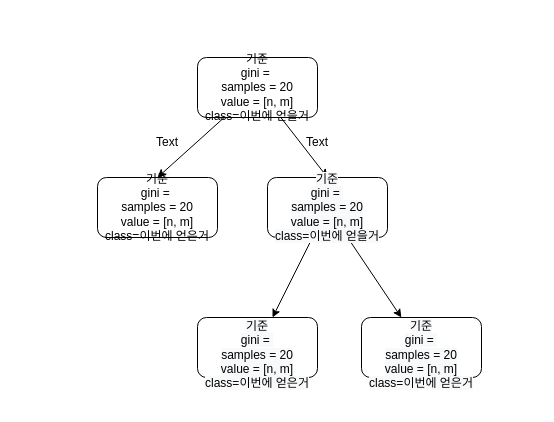
Earlier version of the draw.io diagram Untitled Diagram.drawio (tlfzgjadyd/MachineLearning). Source tidied: cells renumbered, new cells numbered last; positions are measured from the earlier drawing's top-left corner, leaving out a move shared by most shapes. Both pictures are drawn from the tidied source at 100%, with x=0, y=0 at pixel (97, 57).
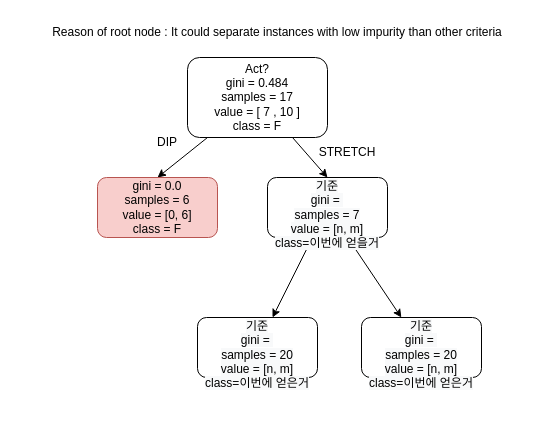
The same diagram, later.

The edit, as a diff of the source:
```diff
@@
 <mxGraphModel>
   <root>
     <mxCell id="0" />
     <mxCell id="1" parent="0" />
-    <mxCell id="2" value="기준&lt;br&gt;gini =&amp;nbsp;&lt;br&gt;samples = 20&lt;br&gt;value = [n, m]&lt;br&gt;class=이번에 얻을거&lt;br&gt;" style="rounded=1;whiteSpace=wrap;html=1;" parent="1" vertex="1">
-      <mxGeometry x="100" width="120" height="60" as="geometry" />
+    <mxCell id="2" value="Act?&lt;br&gt;gini = 0.484&lt;br&gt;samples = 17&lt;br&gt;value = [ 7 , 10 ]&lt;br&gt;class = F" style="rounded=1;whiteSpace=wrap;html=1;" parent="1" vertex="1">
+      <mxGeometry x="90" width="140" height="80" as="geometry" />
     </mxCell>
     <mxCell id="3" style="endArrow=classic;html=1;rounded=0;" parent="1" edge="1" source="9" target="7">
       <mxGeometry relative="1" as="geometry" />
     </mxCell>
     <mxCell id="4" style="endArrow=classic;html=1;rounded=0;" parent="1" edge="1" source="9" target="8">
       <mxGeometry relative="1" as="geometry" />
     </mxCell>
     <mxCell id="5" style="endArrow=classic;html=1;rounded=0;entryX=0.5;entryY=0;entryDx=0;entryDy=0;" parent="1" edge="1" source="2" target="9">
       <mxGeometry relative="1" as="geometry" />
     </mxCell>
     <mxCell id="6" style="endArrow=classic;html=1;rounded=0;entryX=0.5;entryY=0;entryDx=0;entryDy=0;" parent="1" edge="1" source="2" target="10">
       <mxGeometry relative="1" as="geometry" />
     </mxCell>
     <mxCell id="7" value="&lt;br&gt;&lt;br&gt;&lt;span style=&quot;color: rgb(0 , 0 , 0) ; font-family: &amp;#34;helvetica&amp;#34; ; font-size: 12px ; font-style: normal ; font-weight: 400 ; letter-spacing: normal ; text-align: center ; text-indent: 0px ; text-transform: none ; word-spacing: 0px ; background-color: rgb(248 , 249 , 250) ; display: inline ; float: none&quot;&gt;기준&lt;/span&gt;&lt;br style=&quot;color: rgb(0 , 0 , 0) ; font-family: &amp;#34;helvetica&amp;#34; ; font-size: 12px ; font-style: normal ; font-weight: 400 ; letter-spacing: normal ; text-align: center ; text-indent: 0px ; text-transform: none ; word-spacing: 0px ; background-color: rgb(248 , 249 , 250)&quot;&gt;&lt;span style=&quot;color: rgb(0 , 0 , 0) ; font-family: &amp;#34;helvetica&amp;#34; ; font-size: 12px ; font-style: normal ; font-weight: 400 ; letter-spacing: normal ; text-align: center ; text-indent: 0px ; text-transform: none ; word-spacing: 0px ; background-color: rgb(248 , 249 , 250) ; display: inline ; float: none&quot;&gt;gini =&amp;nbsp;&lt;/span&gt;&lt;br style=&quot;color: rgb(0 , 0 , 0) ; font-family: &amp;#34;helvetica&amp;#34; ; font-size: 12px ; font-style: normal ; font-weight: 400 ; letter-spacing: normal ; text-align: center ; text-indent: 0px ; text-transform: none ; word-spacing: 0px ; background-color: rgb(248 , 249 , 250)&quot;&gt;&lt;span style=&quot;color: rgb(0 , 0 , 0) ; font-family: &amp;#34;helvetica&amp;#34; ; font-size: 12px ; font-style: normal ; font-weight: 400 ; letter-spacing: normal ; text-align: center ; text-indent: 0px ; text-transform: none ; word-spacing: 0px ; background-color: rgb(248 , 249 , 250) ; display: inline ; float: none&quot;&gt;samples = 20&lt;/span&gt;&lt;br style=&quot;color: rgb(0 , 0 , 0) ; font-family: &amp;#34;helvetica&amp;#34; ; font-size: 12px ; font-style: normal ; font-weight: 400 ; letter-spacing: normal ; text-align: center ; text-indent: 0px ; text-transform: none ; word-spacing: 0px ; background-color: rgb(248 , 249 , 250)&quot;&gt;&lt;span style=&quot;color: rgb(0 , 0 , 0) ; font-family: &amp;#34;helvetica&amp;#34; ; font-size: 12px ; font-style: normal ; font-weight: 400 ; letter-spacing: normal ; text-align: center ; text-indent: 0px ; text-transform: none ; word-spacing: 0px ; background-color: rgb(248 , 249 , 250) ; display: inline ; float: none&quot;&gt;value = [n, m]&lt;/span&gt;&lt;br style=&quot;color: rgb(0 , 0 , 0) ; font-family: &amp;#34;helvetica&amp;#34; ; font-size: 12px ; font-style: normal ; font-weight: 400 ; letter-spacing: normal ; text-align: center ; text-indent: 0px ; text-transform: none ; word-spacing: 0px ; background-color: rgb(248 , 249 , 250)&quot;&gt;&lt;span style=&quot;color: rgb(0 , 0 , 0) ; font-family: &amp;#34;helvetica&amp;#34; ; font-size: 12px ; font-style: normal ; font-weight: 400 ; letter-spacing: normal ; text-align: center ; text-indent: 0px ; text-transform: none ; word-spacing: 0px ; background-color: rgb(248 , 249 , 250) ; display: inline ; float: none&quot;&gt;class=이번에 얻은거&lt;/span&gt;&lt;br style=&quot;color: rgb(0 , 0 , 0) ; font-family: &amp;#34;helvetica&amp;#34; ; font-size: 12px ; font-style: normal ; font-weight: 400 ; letter-spacing: normal ; text-align: center ; text-indent: 0px ; text-transform: none ; word-spacing: 0px ; background-color: rgb(248 , 249 , 250)&quot;&gt;&lt;br&gt;" style="rounded=1;whiteSpace=wrap;html=1;" parent="1" vertex="1">
       <mxGeometry x="100" y="260" width="120" height="60" as="geometry" />
     </mxCell>
     <mxCell id="8" value="&lt;br&gt;&lt;br&gt;&lt;span style=&quot;color: rgb(0 , 0 , 0) ; font-family: &amp;#34;helvetica&amp;#34; ; font-size: 12px ; font-style: normal ; font-weight: 400 ; letter-spacing: normal ; text-align: center ; text-indent: 0px ; text-transform: none ; word-spacing: 0px ; background-color: rgb(248 , 249 , 250) ; display: inline ; float: none&quot;&gt;기준&lt;/span&gt;&lt;br style=&quot;color: rgb(0 , 0 , 0) ; font-family: &amp;#34;helvetica&amp;#34; ; font-size: 12px ; font-style: normal ; font-weight: 400 ; letter-spacing: normal ; text-align: center ; text-indent: 0px ; text-transform: none ; word-spacing: 0px ; background-color: rgb(248 , 249 , 250)&quot;&gt;&lt;span style=&quot;color: rgb(0 , 0 , 0) ; font-family: &amp;#34;helvetica&amp;#34; ; font-size: 12px ; font-style: normal ; font-weight: 400 ; letter-spacing: normal ; text-align: center ; text-indent: 0px ; text-transform: none ; word-spacing: 0px ; background-color: rgb(248 , 249 , 250) ; display: inline ; float: none&quot;&gt;gini =&amp;nbsp;&lt;/span&gt;&lt;br style=&quot;color: rgb(0 , 0 , 0) ; font-family: &amp;#34;helvetica&amp;#34; ; font-size: 12px ; font-style: normal ; font-weight: 400 ; letter-spacing: normal ; text-align: center ; text-indent: 0px ; text-transform: none ; word-spacing: 0px ; background-color: rgb(248 , 249 , 250)&quot;&gt;&lt;span style=&quot;color: rgb(0 , 0 , 0) ; font-family: &amp;#34;helvetica&amp;#34; ; font-size: 12px ; font-style: normal ; font-weight: 400 ; letter-spacing: normal ; text-align: center ; text-indent: 0px ; text-transform: none ; word-spacing: 0px ; background-color: rgb(248 , 249 , 250) ; display: inline ; float: none&quot;&gt;samples = 20&lt;/span&gt;&lt;br style=&quot;color: rgb(0 , 0 , 0) ; font-family: &amp;#34;helvetica&amp;#34; ; font-size: 12px ; font-style: normal ; font-weight: 400 ; letter-spacing: normal ; text-align: center ; text-indent: 0px ; text-transform: none ; word-spacing: 0px ; background-color: rgb(248 , 249 , 250)&quot;&gt;&lt;span style=&quot;color: rgb(0 , 0 , 0) ; font-family: &amp;#34;helvetica&amp;#34; ; font-size: 12px ; font-style: normal ; font-weight: 400 ; letter-spacing: normal ; text-align: center ; text-indent: 0px ; text-transform: none ; word-spacing: 0px ; background-color: rgb(248 , 249 , 250) ; display: inline ; float: none&quot;&gt;value = [n, m]&lt;/span&gt;&lt;br style=&quot;color: rgb(0 , 0 , 0) ; font-family: &amp;#34;helvetica&amp;#34; ; font-size: 12px ; font-style: normal ; font-weight: 400 ; letter-spacing: normal ; text-align: center ; text-indent: 0px ; text-transform: none ; word-spacing: 0px ; background-color: rgb(248 , 249 , 250)&quot;&gt;&lt;span style=&quot;color: rgb(0 , 0 , 0) ; font-family: &amp;#34;helvetica&amp;#34; ; font-size: 12px ; font-style: normal ; font-weight: 400 ; letter-spacing: normal ; text-align: center ; text-indent: 0px ; text-transform: none ; word-spacing: 0px ; background-color: rgb(248 , 249 , 250) ; display: inline ; float: none&quot;&gt;class=이번에 얻은거&lt;/span&gt;&lt;br style=&quot;color: rgb(0 , 0 , 0) ; font-family: &amp;#34;helvetica&amp;#34; ; font-size: 12px ; font-style: normal ; font-weight: 400 ; letter-spacing: normal ; text-align: center ; text-indent: 0px ; text-transform: none ; word-spacing: 0px ; background-color: rgb(248 , 249 , 250)&quot;&gt;&lt;br&gt;" style="rounded=1;whiteSpace=wrap;html=1;" parent="1" vertex="1">
       <mxGeometry x="264" y="260" width="120" height="60" as="geometry" />
     </mxCell>
-    <mxCell id="9" value="&#10;&#10;&lt;span style=&quot;color: rgb(0, 0, 0); font-family: helvetica; font-size: 12px; font-style: normal; font-weight: 400; letter-spacing: normal; text-align: center; text-indent: 0px; text-transform: none; word-spacing: 0px; background-color: rgb(248, 249, 250); display: inline; float: none;&quot;&gt;기준&lt;/span&gt;&lt;br style=&quot;color: rgb(0, 0, 0); font-family: helvetica; font-size: 12px; font-style: normal; font-weight: 400; letter-spacing: normal; text-align: center; text-indent: 0px; text-transform: none; word-spacing: 0px; background-color: rgb(248, 249, 250);&quot;&gt;&lt;span style=&quot;color: rgb(0, 0, 0); font-family: helvetica; font-size: 12px; font-style: normal; font-weight: 400; letter-spacing: normal; text-align: center; text-indent: 0px; text-transform: none; word-spacing: 0px; background-color: rgb(248, 249, 250); display: inline; float: none;&quot;&gt;gini =&amp;nbsp;&lt;/span&gt;&lt;br style=&quot;color: rgb(0, 0, 0); font-family: helvetica; font-size: 12px; font-style: normal; font-weight: 400; letter-spacing: normal; text-align: center; text-indent: 0px; text-transform: none; word-spacing: 0px; background-color: rgb(248, 249, 250);&quot;&gt;&lt;span style=&quot;color: rgb(0, 0, 0); font-family: helvetica; font-size: 12px; font-style: normal; font-weight: 400; letter-spacing: normal; text-align: center; text-indent: 0px; text-transform: none; word-spacing: 0px; background-color: rgb(248, 249, 250); display: inline; float: none;&quot;&gt;samples = 20&lt;/span&gt;&lt;br style=&quot;color: rgb(0, 0, 0); font-family: helvetica; font-size: 12px; font-style: normal; font-weight: 400; letter-spacing: normal; text-align: center; text-indent: 0px; text-transform: none; word-spacing: 0px; background-color: rgb(248, 249, 250);&quot;&gt;&lt;span style=&quot;color: rgb(0, 0, 0); font-family: helvetica; font-size: 12px; font-style: normal; font-weight: 400; letter-spacing: normal; text-align: center; text-indent: 0px; text-transform: none; word-spacing: 0px; background-color: rgb(248, 249, 250); display: inline; float: none;&quot;&gt;value = [n, m]&lt;/span&gt;&lt;br style=&quot;color: rgb(0, 0, 0); font-family: helvetica; font-size: 12px; font-style: normal; font-weight: 400; letter-spacing: normal; text-align: center; text-indent: 0px; text-transform: none; word-spacing: 0px; background-color: rgb(248, 249, 250);&quot;&gt;&lt;span style=&quot;color: rgb(0, 0, 0); font-family: helvetica; font-size: 12px; font-style: normal; font-weight: 400; letter-spacing: normal; text-align: center; text-indent: 0px; text-transform: none; word-spacing: 0px; background-color: rgb(248, 249, 250); display: inline; float: none;&quot;&gt;class=이번에 얻을거&lt;/span&gt;&lt;br style=&quot;color: rgb(0, 0, 0); font-family: helvetica; font-size: 12px; font-style: normal; font-weight: 400; letter-spacing: normal; text-align: center; text-indent: 0px; text-transform: none; word-spacing: 0px; background-color: rgb(248, 249, 250);&quot;&gt;&#10;&#10;" style="rounded=1;whiteSpace=wrap;html=1;" parent="1" vertex="1">
+    <mxCell id="9" value="&lt;br&gt;&lt;br&gt;&lt;span style=&quot;color: rgb(0 , 0 , 0) ; font-family: &amp;#34;helvetica&amp;#34; ; font-size: 12px ; font-style: normal ; font-weight: 400 ; letter-spacing: normal ; text-align: center ; text-indent: 0px ; text-transform: none ; word-spacing: 0px ; background-color: rgb(248 , 249 , 250) ; display: inline ; float: none&quot;&gt;기준&lt;/span&gt;&lt;br style=&quot;color: rgb(0 , 0 , 0) ; font-family: &amp;#34;helvetica&amp;#34; ; font-size: 12px ; font-style: normal ; font-weight: 400 ; letter-spacing: normal ; text-align: center ; text-indent: 0px ; text-transform: none ; word-spacing: 0px ; background-color: rgb(248 , 249 , 250)&quot;&gt;&lt;span style=&quot;color: rgb(0 , 0 , 0) ; font-family: &amp;#34;helvetica&amp;#34; ; font-size: 12px ; font-style: normal ; font-weight: 400 ; letter-spacing: normal ; text-align: center ; text-indent: 0px ; text-transform: none ; word-spacing: 0px ; background-color: rgb(248 , 249 , 250) ; display: inline ; float: none&quot;&gt;gini =&amp;nbsp;&lt;/span&gt;&lt;br style=&quot;color: rgb(0 , 0 , 0) ; font-family: &amp;#34;helvetica&amp;#34; ; font-size: 12px ; font-style: normal ; font-weight: 400 ; letter-spacing: normal ; text-align: center ; text-indent: 0px ; text-transform: none ; word-spacing: 0px ; background-color: rgb(248 , 249 , 250)&quot;&gt;&lt;span style=&quot;color: rgb(0 , 0 , 0) ; font-family: &amp;#34;helvetica&amp;#34; ; font-size: 12px ; font-style: normal ; font-weight: 400 ; letter-spacing: normal ; text-align: center ; text-indent: 0px ; text-transform: none ; word-spacing: 0px ; background-color: rgb(248 , 249 , 250) ; display: inline ; float: none&quot;&gt;samples = 7&lt;/span&gt;&lt;br style=&quot;color: rgb(0 , 0 , 0) ; font-family: &amp;#34;helvetica&amp;#34; ; font-size: 12px ; font-style: normal ; font-weight: 400 ; letter-spacing: normal ; text-align: center ; text-indent: 0px ; text-transform: none ; word-spacing: 0px ; background-color: rgb(248 , 249 , 250)&quot;&gt;&lt;span style=&quot;color: rgb(0 , 0 , 0) ; font-family: &amp;#34;helvetica&amp;#34; ; font-size: 12px ; font-style: normal ; font-weight: 400 ; letter-spacing: normal ; text-align: center ; text-indent: 0px ; text-transform: none ; word-spacing: 0px ; background-color: rgb(248 , 249 , 250) ; display: inline ; float: none&quot;&gt;value = [n, m]&lt;/span&gt;&lt;br style=&quot;color: rgb(0 , 0 , 0) ; font-family: &amp;#34;helvetica&amp;#34; ; font-size: 12px ; font-style: normal ; font-weight: 400 ; letter-spacing: normal ; text-align: center ; text-indent: 0px ; text-transform: none ; word-spacing: 0px ; background-color: rgb(248 , 249 , 250)&quot;&gt;&lt;span style=&quot;color: rgb(0 , 0 , 0) ; font-family: &amp;#34;helvetica&amp;#34; ; font-size: 12px ; font-style: normal ; font-weight: 400 ; letter-spacing: normal ; text-align: center ; text-indent: 0px ; text-transform: none ; word-spacing: 0px ; background-color: rgb(248 , 249 , 250) ; display: inline ; float: none&quot;&gt;class=이번에 얻을거&lt;/span&gt;&lt;br style=&quot;color: rgb(0 , 0 , 0) ; font-family: &amp;#34;helvetica&amp;#34; ; font-size: 12px ; font-style: normal ; font-weight: 400 ; letter-spacing: normal ; text-align: center ; text-indent: 0px ; text-transform: none ; word-spacing: 0px ; background-color: rgb(248 , 249 , 250)&quot;&gt;&lt;br&gt;" style="rounded=1;whiteSpace=wrap;html=1;" parent="1" vertex="1">
       <mxGeometry x="170" y="120" width="120" height="60" as="geometry" />
     </mxCell>
-    <mxCell id="10" value="&lt;span&gt;기준&lt;/span&gt;&lt;br&gt;&lt;span&gt;gini =&amp;nbsp;&lt;/span&gt;&lt;br&gt;&lt;span&gt;samples = 20&lt;/span&gt;&lt;br&gt;&lt;span&gt;value = [n, m]&lt;/span&gt;&lt;br&gt;&lt;span&gt;class=이번에 얻은거&lt;/span&gt;" style="rounded=1;whiteSpace=wrap;html=1;" parent="1" vertex="1">
+    <mxCell id="10" value="&lt;span&gt;gini = 0.0&lt;/span&gt;&lt;br&gt;&lt;span&gt;samples = 6&lt;/span&gt;&lt;br&gt;&lt;span&gt;value = [0, 6]&lt;/span&gt;&lt;br&gt;&lt;span&gt;class = F&lt;/span&gt;" style="rounded=1;whiteSpace=wrap;html=1;fillColor=#f8cecc;strokeColor=#b85450;" parent="1" vertex="1">
       <mxGeometry y="120" width="120" height="60" as="geometry" />
     </mxCell>
-    <mxCell id="11" value="Text" style="text;html=1;strokeColor=none;fillColor=none;align=center;verticalAlign=middle;whiteSpace=wrap;rounded=0;" parent="1" vertex="1">
+    <mxCell id="11" value="DIP" style="text;html=1;strokeColor=none;fillColor=none;align=center;verticalAlign=middle;whiteSpace=wrap;rounded=0;" parent="1" vertex="1">
       <mxGeometry x="40" y="70" width="60" height="30" as="geometry" />
     </mxCell>
-    <mxCell id="12" value="Text" style="text;html=1;strokeColor=none;fillColor=none;align=center;verticalAlign=middle;whiteSpace=wrap;rounded=0;" parent="1" vertex="1">
-      <mxGeometry x="190" y="70" width="60" height="30" as="geometry" />
+    <mxCell id="12" value="STRETCH" style="text;html=1;strokeColor=none;fillColor=none;align=center;verticalAlign=middle;whiteSpace=wrap;rounded=0;" parent="1" vertex="1">
+      <mxGeometry x="220" y="80" width="60" height="30" as="geometry" />
     </mxCell>
+    <mxCell id="13" value="Reason of root node : It could separate instances with low impurity than other&amp;nbsp;criteria" style="text;html=1;strokeColor=none;fillColor=none;align=center;verticalAlign=middle;whiteSpace=wrap;rounded=0;" parent="1" vertex="1">
+      <mxGeometry x="-80" y="-40" width="520" height="30" as="geometry" />
+    </mxCell>
   </root>
 </mxGraphModel>
```
